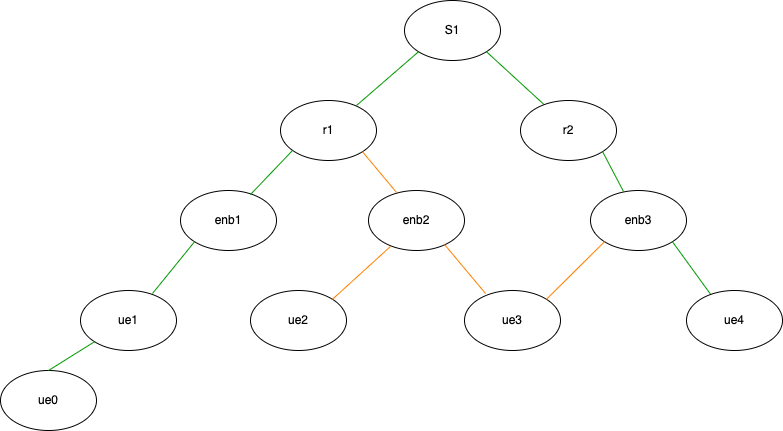
Above: measurements/graphs/layered-topology.png in Sigtrix/docker-testbed (draw.io), before the change. Source tidied: cells renumbered, new cells last; positions are measured from the earlier drawing's top-left corner, leaving out a move shared by most shapes.
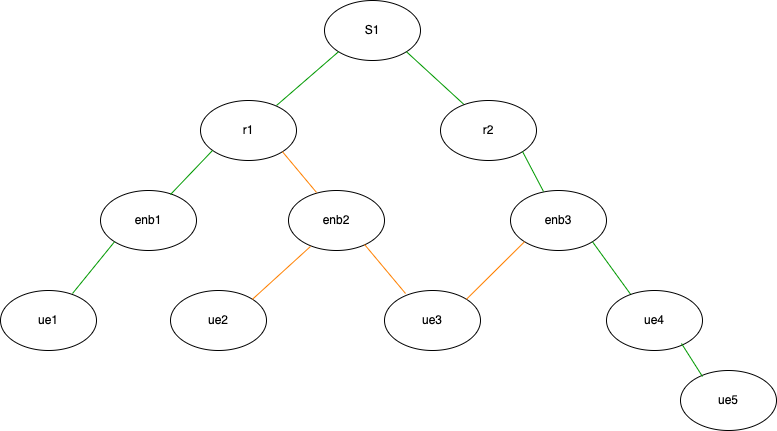
Later version of the same file.

Diff of the diagram source:
```diff
@@ -66,11 +66,11 @@
     <mxCell id="21" value="ue4" style="ellipse;whiteSpace=wrap;html=1;" parent="1" vertex="1">
       <mxGeometry x="686" y="290" width="96" height="60" as="geometry" />
     </mxCell>
-    <mxCell id="22" value="ue0" style="ellipse;whiteSpace=wrap;html=1;" parent="1" vertex="1">
-      <mxGeometry y="370" width="96" height="60" as="geometry" />
-    </mxCell>
-    <mxCell id="23" style="endArrow=none;html=1;rounded=0;entryX=0;entryY=1;entryDx=0;entryDy=0;exitX=0.5;exitY=0;exitDx=0;exitDy=0;fillColor=#009900;strokeColor=#009900;" parent="1" edge="1" source="22" target="13">
-      <mxGeometry relative="1" as="geometry" />
-    </mxCell>
+    <mxCell id="24" value="ue5" style="ellipse;whiteSpace=wrap;html=1;" parent="1" vertex="1">
+      <mxGeometry x="760" y="370" width="96" height="60" as="geometry" />
+    </mxCell>
+    <mxCell id="25" style="endArrow=none;html=1;rounded=0;entryX=0.781;entryY=0.883;entryDx=0;entryDy=0;entryPerimeter=0;exitX=0.229;exitY=0.1;exitDx=0;exitDy=0;exitPerimeter=0;strokeColor=#009900;" parent="1" edge="1" source="24" target="21">
+      <mxGeometry relative="1" as="geometry" />
+    </mxCell>
   </root>
 </mxGraphModel>
```
